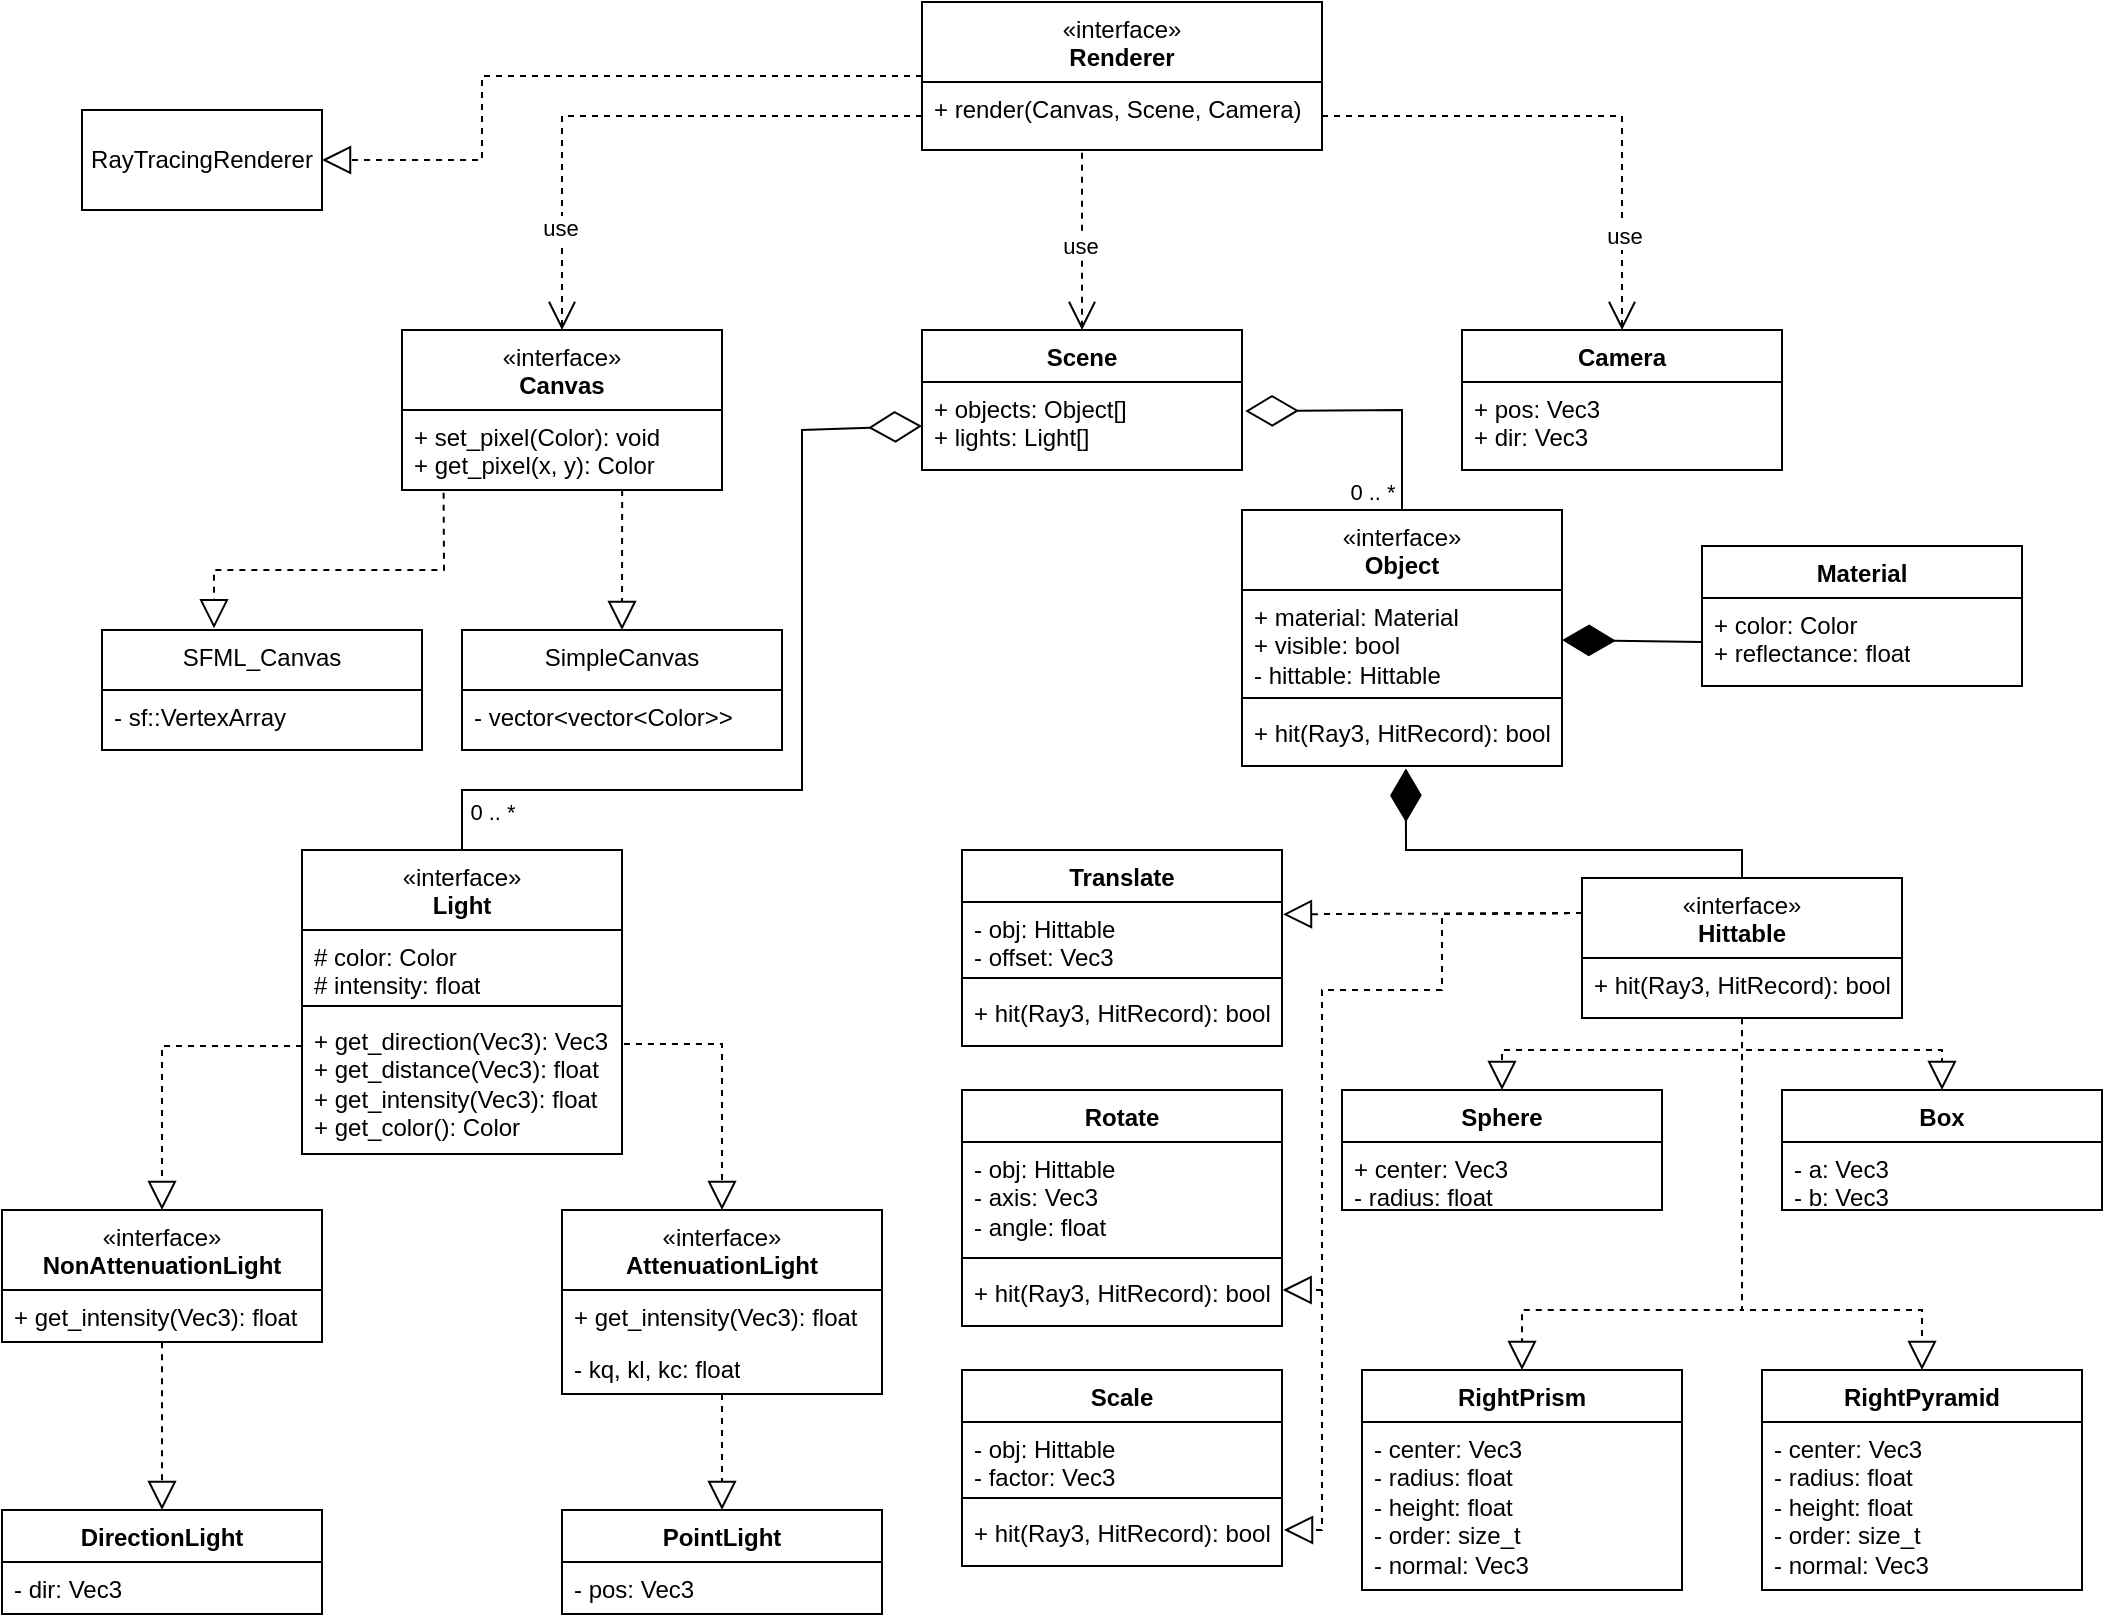
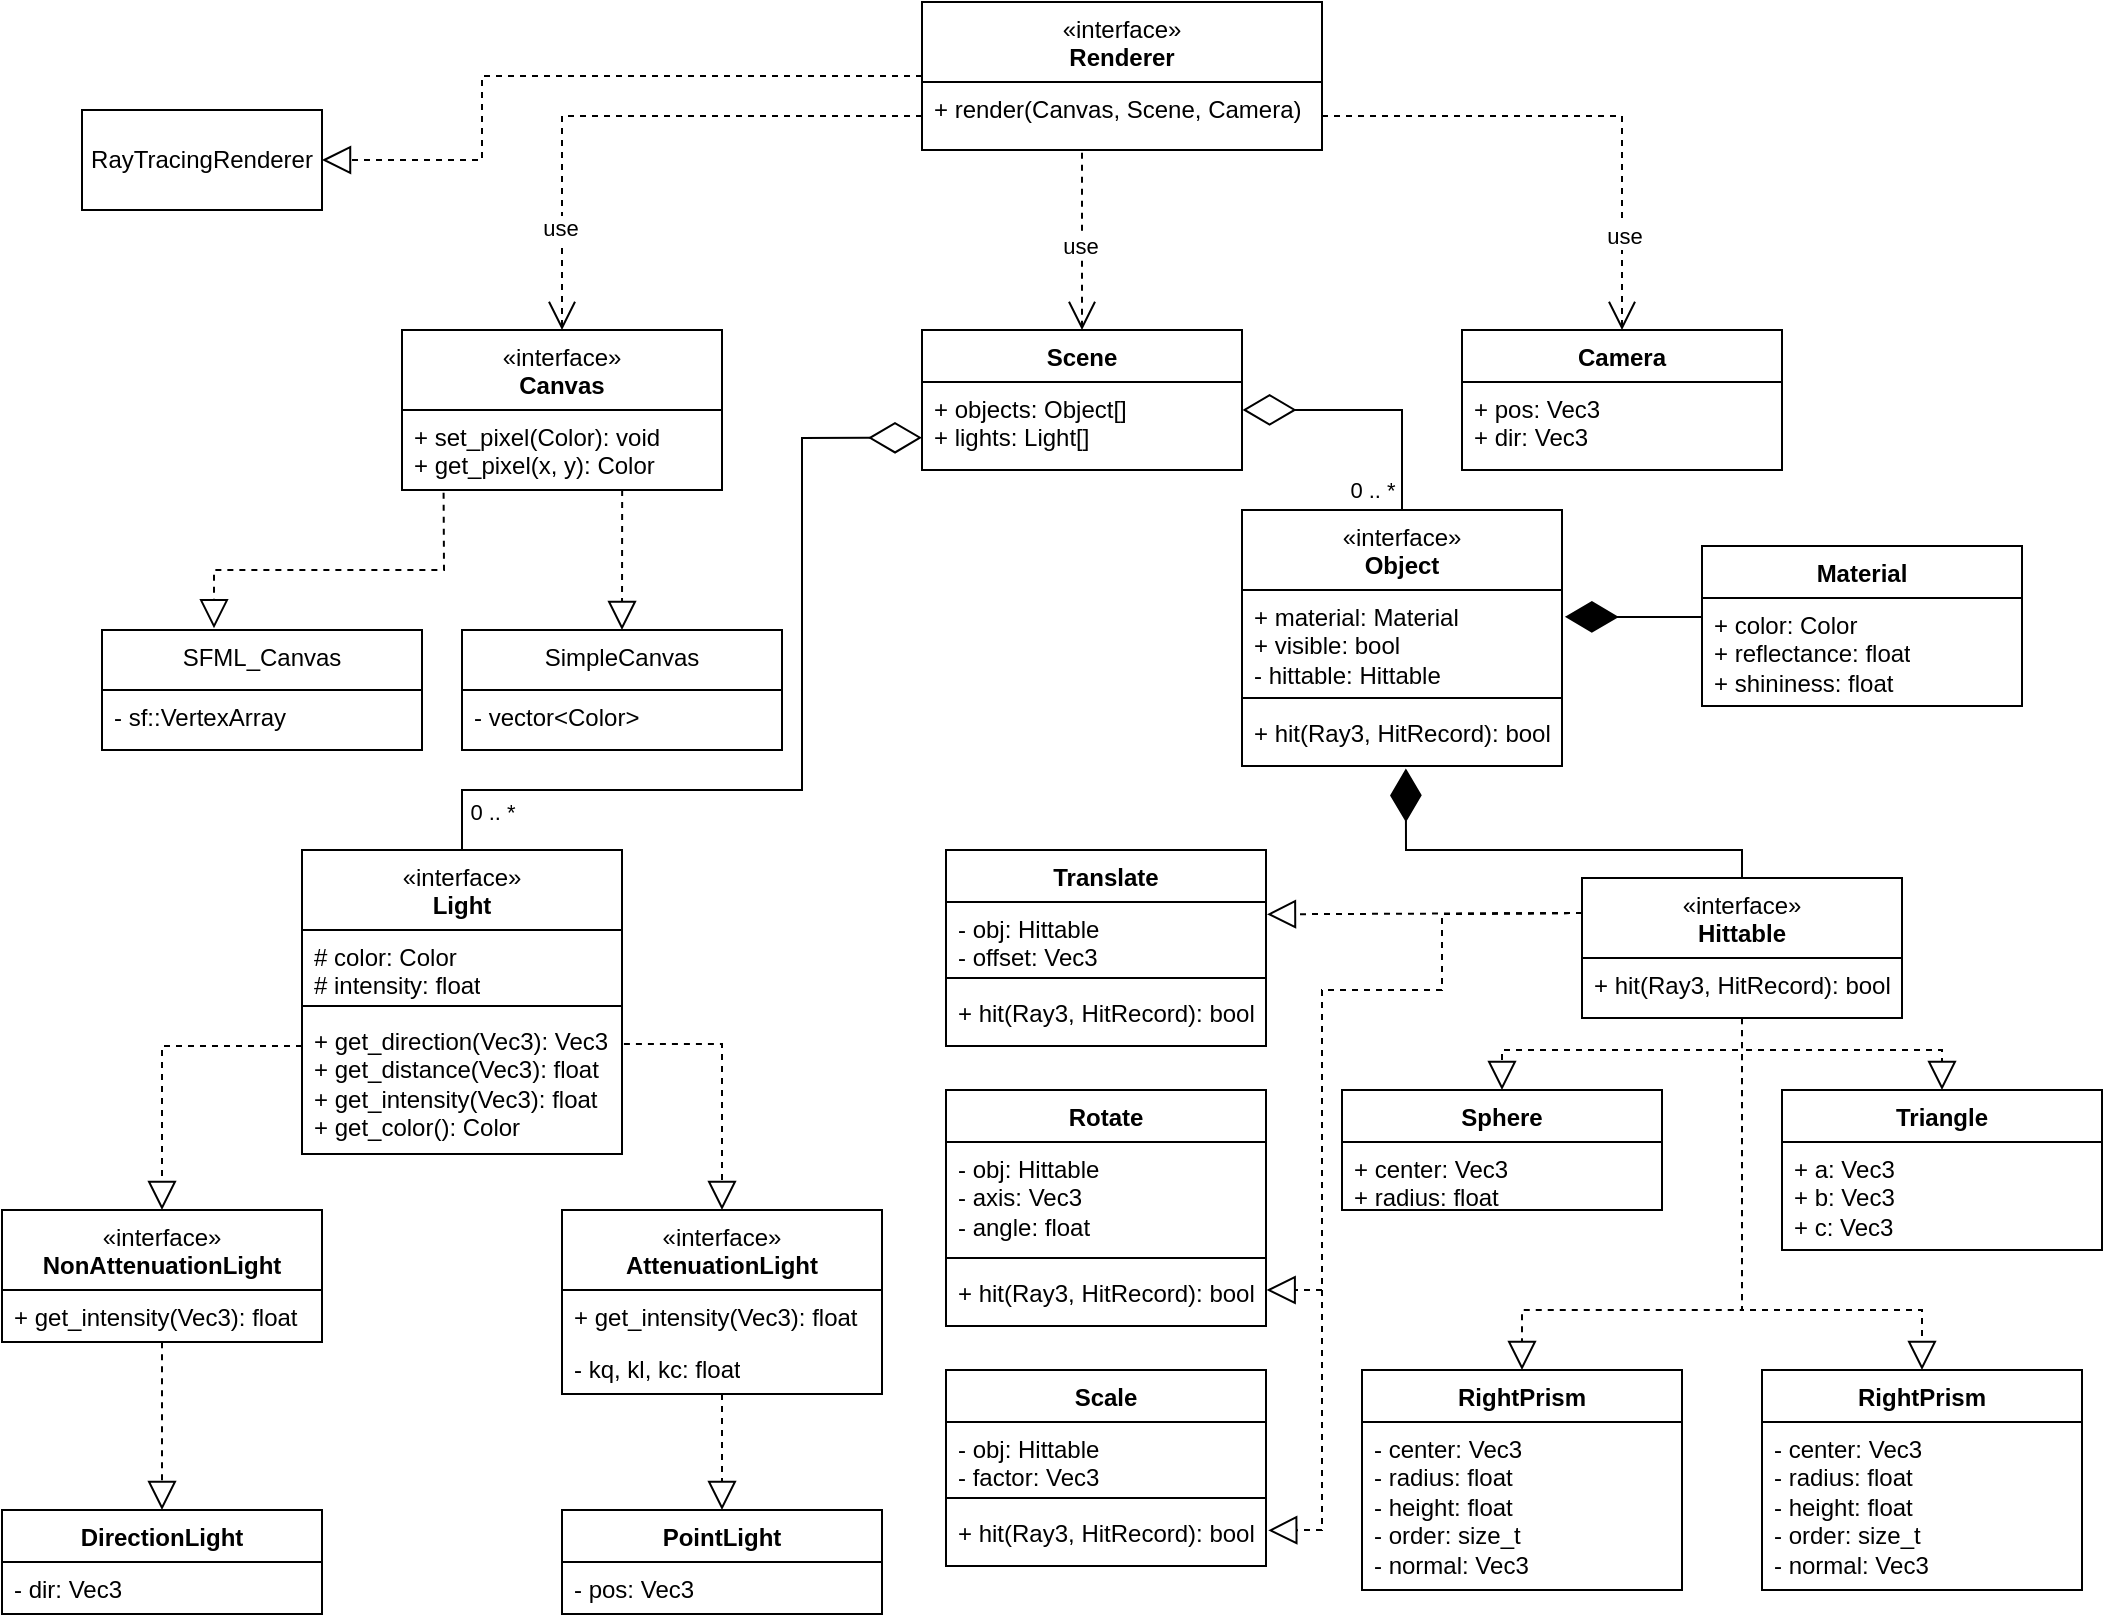
<mxfile host="Electron" agent="Mozilla/5.0 (Windows NT 10.0; Win64; x64) AppleWebKit/537.36 (KHTML, like Gecko) draw.io/26.0.9 Chrome/128.0.6613.186 Electron/32.2.5 Safari/537.36" version="26.0.9">
  <diagram name="Страница — 1" id="ZTjrPOcrjr3_ttdeYWlG">
    <mxGraphModel dx="2261" dy="836" grid="1" gridSize="10" guides="1" tooltips="1" connect="1" arrows="1" fold="1" page="1" pageScale="1" pageWidth="827" pageHeight="1169" math="0" shadow="0">
      <root>
        <mxCell id="0" />
        <mxCell id="1" parent="0" />
        <mxCell id="hdlihjiLVeq3m88xXGLW-5" value="&lt;span style=&quot;font-weight: 400;&quot;&gt;«interface»&lt;/span&gt;&lt;br style=&quot;font-weight: 400;&quot;&gt;Renderer" style="swimlane;fontStyle=1;align=center;verticalAlign=top;childLayout=stackLayout;horizontal=1;startSize=40;horizontalStack=0;resizeParent=1;resizeParentMax=0;resizeLast=0;collapsible=1;marginBottom=0;whiteSpace=wrap;html=1;" parent="1" vertex="1">
          <mxGeometry x="300" y="26" width="200" height="74" as="geometry">
            <mxRectangle x="300" y="26" width="100" height="40" as="alternateBounds" />
          </mxGeometry>
        </mxCell>
        <mxCell id="hdlihjiLVeq3m88xXGLW-8" value="+ render(Canvas, Scene, Camera)" style="text;strokeColor=none;fillColor=none;align=left;verticalAlign=top;spacingLeft=4;spacingRight=4;overflow=hidden;rotatable=0;points=[[0,0.5],[1,0.5]];portConstraint=eastwest;whiteSpace=wrap;html=1;" parent="hdlihjiLVeq3m88xXGLW-5" vertex="1">
          <mxGeometry y="40" width="200" height="34" as="geometry" />
        </mxCell>
        <mxCell id="hdlihjiLVeq3m88xXGLW-10" value="&lt;span style=&quot;font-weight: 400;&quot;&gt;«interface»&lt;/span&gt;&lt;br&gt;Canvas" style="swimlane;fontStyle=1;align=center;verticalAlign=top;childLayout=stackLayout;horizontal=1;startSize=40;horizontalStack=0;resizeParent=1;resizeParentMax=0;resizeLast=0;collapsible=1;marginBottom=0;whiteSpace=wrap;html=1;" parent="1" vertex="1">
          <mxGeometry x="40" y="190" width="160" height="80" as="geometry" />
        </mxCell>
        <mxCell id="hdlihjiLVeq3m88xXGLW-13" value="+ set_pixel(Color): void&lt;div&gt;+ get_pixel(x, y): Color&lt;/div&gt;" style="text;strokeColor=none;fillColor=none;align=left;verticalAlign=top;spacingLeft=4;spacingRight=4;overflow=hidden;rotatable=0;points=[[0,0.5],[1,0.5]];portConstraint=eastwest;whiteSpace=wrap;html=1;" parent="hdlihjiLVeq3m88xXGLW-10" vertex="1">
          <mxGeometry y="40" width="160" height="40" as="geometry" />
        </mxCell>
        <mxCell id="hdlihjiLVeq3m88xXGLW-18" value="Scene" style="swimlane;fontStyle=1;align=center;verticalAlign=top;childLayout=stackLayout;horizontal=1;startSize=26;horizontalStack=0;resizeParent=1;resizeParentMax=0;resizeLast=0;collapsible=1;marginBottom=0;whiteSpace=wrap;html=1;" parent="1" vertex="1">
          <mxGeometry x="300" y="190" width="160" height="70" as="geometry" />
        </mxCell>
        <mxCell id="hdlihjiLVeq3m88xXGLW-19" value="+ objects: Object[]&lt;div&gt;+ lights: Light[]&lt;/div&gt;" style="text;strokeColor=none;fillColor=none;align=left;verticalAlign=top;spacingLeft=4;spacingRight=4;overflow=hidden;rotatable=0;points=[[0,0.5],[1,0.5]];portConstraint=eastwest;whiteSpace=wrap;html=1;" parent="hdlihjiLVeq3m88xXGLW-18" vertex="1">
          <mxGeometry y="26" width="160" height="44" as="geometry" />
        </mxCell>
        <mxCell id="hdlihjiLVeq3m88xXGLW-22" value="Camera" style="swimlane;fontStyle=1;align=center;verticalAlign=top;childLayout=stackLayout;horizontal=1;startSize=26;horizontalStack=0;resizeParent=1;resizeParentMax=0;resizeLast=0;collapsible=1;marginBottom=0;whiteSpace=wrap;html=1;" parent="1" vertex="1">
          <mxGeometry x="570" y="190" width="160" height="70" as="geometry" />
        </mxCell>
        <mxCell id="hdlihjiLVeq3m88xXGLW-23" value="+ pos: Vec3&lt;div&gt;+ dir: Vec3&lt;/div&gt;" style="text;strokeColor=none;fillColor=none;align=left;verticalAlign=top;spacingLeft=4;spacingRight=4;overflow=hidden;rotatable=0;points=[[0,0.5],[1,0.5]];portConstraint=eastwest;whiteSpace=wrap;html=1;" parent="hdlihjiLVeq3m88xXGLW-22" vertex="1">
          <mxGeometry y="26" width="160" height="44" as="geometry" />
        </mxCell>
        <mxCell id="hdlihjiLVeq3m88xXGLW-26" value="&lt;span style=&quot;font-weight: 400;&quot;&gt;«interface»&lt;/span&gt;&lt;br style=&quot;font-weight: 400;&quot;&gt;Object" style="swimlane;fontStyle=1;align=center;verticalAlign=top;childLayout=stackLayout;horizontal=1;startSize=40;horizontalStack=0;resizeParent=1;resizeParentMax=0;resizeLast=0;collapsible=1;marginBottom=0;whiteSpace=wrap;html=1;" parent="1" vertex="1">
          <mxGeometry x="460" y="280" width="160" height="128" as="geometry" />
        </mxCell>
        <mxCell id="hdlihjiLVeq3m88xXGLW-27" value="+ material: Material&lt;div&gt;+ visible: bool&lt;br&gt;- hittable: Hittable&lt;/div&gt;" style="text;strokeColor=none;fillColor=none;align=left;verticalAlign=top;spacingLeft=4;spacingRight=4;overflow=hidden;rotatable=0;points=[[0,0.5],[1,0.5]];portConstraint=eastwest;whiteSpace=wrap;html=1;" parent="hdlihjiLVeq3m88xXGLW-26" vertex="1">
          <mxGeometry y="40" width="160" height="50" as="geometry" />
        </mxCell>
        <mxCell id="hdlihjiLVeq3m88xXGLW-28" value="" style="line;strokeWidth=1;fillColor=none;align=left;verticalAlign=middle;spacingTop=-1;spacingLeft=3;spacingRight=3;rotatable=0;labelPosition=right;points=[];portConstraint=eastwest;strokeColor=inherit;" parent="hdlihjiLVeq3m88xXGLW-26" vertex="1">
          <mxGeometry y="90" width="160" height="8" as="geometry" />
        </mxCell>
        <mxCell id="hdlihjiLVeq3m88xXGLW-29" value="+ hit(Ray3, HitRecord): bool" style="text;strokeColor=none;fillColor=none;align=left;verticalAlign=top;spacingLeft=4;spacingRight=4;overflow=hidden;rotatable=0;points=[[0,0.5],[1,0.5]];portConstraint=eastwest;whiteSpace=wrap;html=1;" parent="hdlihjiLVeq3m88xXGLW-26" vertex="1">
          <mxGeometry y="98" width="160" height="30" as="geometry" />
        </mxCell>
        <mxCell id="hdlihjiLVeq3m88xXGLW-30" value="Material" style="swimlane;fontStyle=1;align=center;verticalAlign=top;childLayout=stackLayout;horizontal=1;startSize=26;horizontalStack=0;resizeParent=1;resizeParentMax=0;resizeLast=0;collapsible=1;marginBottom=0;whiteSpace=wrap;html=1;" parent="1" vertex="1">
-           <mxGeometry x="690" y="298" width="160" height="70" as="geometry" />
-         </mxCell>
-         <mxCell id="hdlihjiLVeq3m88xXGLW-31" value="+ color: Color&lt;div&gt;+ reflectance: float&lt;/div&gt;" style="text;strokeColor=none;fillColor=none;align=left;verticalAlign=top;spacingLeft=4;spacingRight=4;overflow=hidden;rotatable=0;points=[[0,0.5],[1,0.5]];portConstraint=eastwest;whiteSpace=wrap;html=1;" parent="hdlihjiLVeq3m88xXGLW-30" vertex="1">
-           <mxGeometry y="26" width="160" height="44" as="geometry" />
-         </mxCell>
-         <mxCell id="hdlihjiLVeq3m88xXGLW-39" value="Box" style="swimlane;fontStyle=1;align=center;verticalAlign=top;childLayout=stackLayout;horizontal=1;startSize=26;horizontalStack=0;resizeParent=1;resizeParentMax=0;resizeLast=0;collapsible=1;marginBottom=0;whiteSpace=wrap;html=1;" parent="1" vertex="1">
-           <mxGeometry x="730" y="570" width="160" height="60" as="geometry" />
-         </mxCell>
-         <mxCell id="hdlihjiLVeq3m88xXGLW-40" value="- a: Vec3&lt;div&gt;- b: Vec3&lt;/div&gt;" style="text;strokeColor=none;fillColor=none;align=left;verticalAlign=top;spacingLeft=4;spacingRight=4;overflow=hidden;rotatable=0;points=[[0,0.5],[1,0.5]];portConstraint=eastwest;whiteSpace=wrap;html=1;" parent="hdlihjiLVeq3m88xXGLW-39" vertex="1">
-           <mxGeometry y="26" width="160" height="34" as="geometry" />
+           <mxGeometry x="690" y="298" width="160" height="80" as="geometry" />
+         </mxCell>
+         <mxCell id="hdlihjiLVeq3m88xXGLW-31" value="+ color: Color&lt;div&gt;+ reflectance: float&lt;/div&gt;&lt;div&gt;+ shininess: float&lt;/div&gt;" style="text;strokeColor=none;fillColor=none;align=left;verticalAlign=top;spacingLeft=4;spacingRight=4;overflow=hidden;rotatable=0;points=[[0,0.5],[1,0.5]];portConstraint=eastwest;whiteSpace=wrap;html=1;" parent="hdlihjiLVeq3m88xXGLW-30" vertex="1">
+           <mxGeometry y="26" width="160" height="54" as="geometry" />
+         </mxCell>
+         <mxCell id="hdlihjiLVeq3m88xXGLW-39" value="Triangle" style="swimlane;fontStyle=1;align=center;verticalAlign=top;childLayout=stackLayout;horizontal=1;startSize=26;horizontalStack=0;resizeParent=1;resizeParentMax=0;resizeLast=0;collapsible=1;marginBottom=0;whiteSpace=wrap;html=1;" parent="1" vertex="1">
+           <mxGeometry x="730" y="570" width="160" height="80" as="geometry" />
+         </mxCell>
+         <mxCell id="hdlihjiLVeq3m88xXGLW-40" value="+ a: Vec3&lt;div&gt;+ b: Vec3&lt;/div&gt;&lt;div&gt;+ c: Vec3&lt;br&gt;&lt;/div&gt;" style="text;strokeColor=none;fillColor=none;align=left;verticalAlign=top;spacingLeft=4;spacingRight=4;overflow=hidden;rotatable=0;points=[[0,0.5],[1,0.5]];portConstraint=eastwest;whiteSpace=wrap;html=1;" parent="hdlihjiLVeq3m88xXGLW-39" vertex="1">
+           <mxGeometry y="26" width="160" height="54" as="geometry" />
        </mxCell>
        <mxCell id="hdlihjiLVeq3m88xXGLW-43" value="" style="endArrow=open;endSize=12;dashed=1;html=1;rounded=0;entryX=0.5;entryY=0;entryDx=0;entryDy=0;exitX=0;exitY=0.5;exitDx=0;exitDy=0;" parent="1" source="hdlihjiLVeq3m88xXGLW-8" target="hdlihjiLVeq3m88xXGLW-10" edge="1">
          <mxGeometry x="0.6516" width="160" relative="1" as="geometry">
            <mxPoint x="400" y="130" as="sourcePoint" />
            <mxPoint x="470" y="310" as="targetPoint" />
            <Array as="points">
              <mxPoint x="120" y="83" />
            </Array>
            <mxPoint as="offset" />
          </mxGeometry>
        </mxCell>
        <mxCell id="DN3gSNXj-5M0wLeot5Dc-1" value="use" style="edgeLabel;html=1;align=center;verticalAlign=middle;resizable=0;points=[];" parent="hdlihjiLVeq3m88xXGLW-43" vertex="1" connectable="0">
          <mxGeometry x="0.6446" y="1" relative="1" as="geometry">
            <mxPoint x="-2" as="offset" />
          </mxGeometry>
        </mxCell>
        <mxCell id="hdlihjiLVeq3m88xXGLW-44" value="" style="endArrow=open;endSize=12;dashed=1;html=1;rounded=0;entryX=0.5;entryY=0;entryDx=0;entryDy=0;exitX=0.4;exitY=1.039;exitDx=0;exitDy=0;exitPerimeter=0;" parent="1" source="hdlihjiLVeq3m88xXGLW-8" target="hdlihjiLVeq3m88xXGLW-18" edge="1">
          <mxGeometry width="160" relative="1" as="geometry">
            <mxPoint x="414" y="111" as="sourcePoint" />
            <mxPoint x="130" y="200" as="targetPoint" />
          </mxGeometry>
        </mxCell>
        <mxCell id="DN3gSNXj-5M0wLeot5Dc-2" value="use" style="edgeLabel;html=1;align=center;verticalAlign=middle;resizable=0;points=[];" parent="hdlihjiLVeq3m88xXGLW-44" vertex="1" connectable="0">
          <mxGeometry x="0.0527" y="-1" relative="1" as="geometry">
            <mxPoint as="offset" />
          </mxGeometry>
        </mxCell>
        <mxCell id="hdlihjiLVeq3m88xXGLW-45" value="" style="endArrow=open;endSize=12;dashed=1;html=1;rounded=0;entryX=0.5;entryY=0;entryDx=0;entryDy=0;exitX=1;exitY=0.5;exitDx=0;exitDy=0;" parent="1" source="hdlihjiLVeq3m88xXGLW-8" target="hdlihjiLVeq3m88xXGLW-22" edge="1">
          <mxGeometry x="0.5169" width="160" relative="1" as="geometry">
            <mxPoint x="424" y="121" as="sourcePoint" />
            <mxPoint x="140" y="210" as="targetPoint" />
            <Array as="points">
              <mxPoint x="650" y="83" />
            </Array>
            <mxPoint as="offset" />
          </mxGeometry>
        </mxCell>
        <mxCell id="DN3gSNXj-5M0wLeot5Dc-3" value="use" style="edgeLabel;html=1;align=center;verticalAlign=middle;resizable=0;points=[];" parent="hdlihjiLVeq3m88xXGLW-45" vertex="1" connectable="0">
          <mxGeometry x="0.6329" y="1" relative="1" as="geometry">
            <mxPoint as="offset" />
          </mxGeometry>
        </mxCell>
-         <mxCell id="x97AeL-hllB0ND-mWEOM-1" value="" style="endArrow=diamondThin;endFill=1;endSize=24;html=1;rounded=0;strokeColor=#000000;entryX=1;entryY=0.5;entryDx=0;entryDy=0;exitX=0;exitY=0.5;exitDx=0;exitDy=0;" parent="1" source="hdlihjiLVeq3m88xXGLW-31" target="hdlihjiLVeq3m88xXGLW-27" edge="1">
-           <mxGeometry width="160" relative="1" as="geometry">
-             <mxPoint x="730" y="360" as="sourcePoint" />
+         <mxCell id="x97AeL-hllB0ND-mWEOM-1" value="" style="endArrow=diamondThin;endFill=1;endSize=24;html=1;rounded=0;strokeColor=#000000;entryX=1.009;entryY=0.268;entryDx=0;entryDy=0;entryPerimeter=0;exitX=-0.002;exitY=0.177;exitDx=0;exitDy=0;exitPerimeter=0;" parent="1" source="hdlihjiLVeq3m88xXGLW-31" target="hdlihjiLVeq3m88xXGLW-27" edge="1">
+           <mxGeometry width="160" relative="1" as="geometry">
+             <mxPoint x="670" y="330" as="sourcePoint" />
            <mxPoint x="640" y="360" as="targetPoint" />
            <Array as="points" />
          </mxGeometry>
        </mxCell>
        <mxCell id="DN3gSNXj-5M0wLeot5Dc-8" value="" style="endArrow=block;dashed=1;endFill=0;endSize=12;html=1;rounded=0;exitX=0.13;exitY=1.033;exitDx=0;exitDy=0;exitPerimeter=0;entryX=0.35;entryY=-0.014;entryDx=0;entryDy=0;entryPerimeter=0;" parent="1" source="hdlihjiLVeq3m88xXGLW-13" target="DN3gSNXj-5M0wLeot5Dc-25" edge="1">
          <mxGeometry width="160" relative="1" as="geometry">
            <mxPoint x="70" y="300" as="sourcePoint" />
            <mxPoint x="61" y="350" as="targetPoint" />
            <Array as="points">
              <mxPoint x="61" y="310" />
              <mxPoint x="-54" y="310" />
            </Array>
          </mxGeometry>
        </mxCell>
        <mxCell id="DN3gSNXj-5M0wLeot5Dc-11" value="" style="endArrow=block;dashed=1;endFill=0;endSize=12;html=1;rounded=0;exitX=0.688;exitY=1;exitDx=0;exitDy=0;exitPerimeter=0;entryX=0.5;entryY=0;entryDx=0;entryDy=0;" parent="1" source="hdlihjiLVeq3m88xXGLW-13" target="DN3gSNXj-5M0wLeot5Dc-27" edge="1">
          <mxGeometry width="160" relative="1" as="geometry">
            <mxPoint x="460" y="260" as="sourcePoint" />
            <mxPoint x="242" y="340" as="targetPoint" />
            <Array as="points" />
          </mxGeometry>
        </mxCell>
        <mxCell id="DN3gSNXj-5M0wLeot5Dc-12" value="&lt;span style=&quot;font-weight: 400;&quot;&gt;«interface»&lt;/span&gt;&lt;br style=&quot;font-weight: 400;&quot;&gt;Hittable" style="swimlane;fontStyle=1;align=center;verticalAlign=top;childLayout=stackLayout;horizontal=1;startSize=40;horizontalStack=0;resizeParent=1;resizeParentMax=0;resizeLast=0;collapsible=1;marginBottom=0;whiteSpace=wrap;html=1;" parent="1" vertex="1">
          <mxGeometry x="630" y="464" width="160" height="70" as="geometry" />
        </mxCell>
        <mxCell id="DN3gSNXj-5M0wLeot5Dc-15" value="+ hit(Ray3, HitRecord): bool" style="text;strokeColor=none;fillColor=none;align=left;verticalAlign=top;spacingLeft=4;spacingRight=4;overflow=hidden;rotatable=0;points=[[0,0.5],[1,0.5]];portConstraint=eastwest;whiteSpace=wrap;html=1;" parent="DN3gSNXj-5M0wLeot5Dc-12" vertex="1">
          <mxGeometry y="40" width="160" height="30" as="geometry" />
        </mxCell>
        <mxCell id="DN3gSNXj-5M0wLeot5Dc-16" value="" style="endArrow=diamondThin;endFill=1;endSize=24;html=1;rounded=0;exitX=0.5;exitY=0;exitDx=0;exitDy=0;strokeColor=#000000;entryX=0.512;entryY=1.04;entryDx=0;entryDy=0;entryPerimeter=0;" parent="1" source="DN3gSNXj-5M0wLeot5Dc-12" target="hdlihjiLVeq3m88xXGLW-29" edge="1">
          <mxGeometry width="160" relative="1" as="geometry">
            <mxPoint x="264" y="594" as="sourcePoint" />
            <mxPoint x="550" y="440" as="targetPoint" />
            <Array as="points">
              <mxPoint x="710" y="450" />
              <mxPoint x="542" y="450" />
            </Array>
          </mxGeometry>
        </mxCell>
        <mxCell id="DN3gSNXj-5M0wLeot5Dc-21" value="RightPrism" style="swimlane;fontStyle=1;align=center;verticalAlign=top;childLayout=stackLayout;horizontal=1;startSize=26;horizontalStack=0;resizeParent=1;resizeParentMax=0;resizeLast=0;collapsible=1;marginBottom=0;whiteSpace=wrap;html=1;" parent="1" vertex="1">
          <mxGeometry x="520" y="710" width="160" height="110" as="geometry" />
        </mxCell>
        <mxCell id="DN3gSNXj-5M0wLeot5Dc-22" value="- center: Vec3&lt;div&gt;- radius: float&lt;/div&gt;&lt;div&gt;- height: float&lt;/div&gt;&lt;div&gt;- order: size_t&lt;/div&gt;&lt;div&gt;- normal: Vec3&lt;/div&gt;" style="text;strokeColor=none;fillColor=none;align=left;verticalAlign=top;spacingLeft=4;spacingRight=4;overflow=hidden;rotatable=0;points=[[0,0.5],[1,0.5]];portConstraint=eastwest;whiteSpace=wrap;html=1;" parent="DN3gSNXj-5M0wLeot5Dc-21" vertex="1">
          <mxGeometry y="26" width="160" height="84" as="geometry" />
        </mxCell>
-         <mxCell id="DN3gSNXj-5M0wLeot5Dc-23" value="" style="endArrow=diamondThin;endFill=0;endSize=24;html=1;rounded=0;entryX=1.01;entryY=0.33;entryDx=0;entryDy=0;entryPerimeter=0;" parent="1" target="hdlihjiLVeq3m88xXGLW-19" edge="1">
+         <mxCell id="DN3gSNXj-5M0wLeot5Dc-23" value="" style="endArrow=diamondThin;endFill=0;endSize=24;html=1;rounded=0;entryX=1.002;entryY=0.317;entryDx=0;entryDy=0;entryPerimeter=0;" parent="1" target="hdlihjiLVeq3m88xXGLW-19" edge="1">
          <mxGeometry width="160" relative="1" as="geometry">
            <mxPoint x="540" y="280" as="sourcePoint" />
            <mxPoint x="490" y="330" as="targetPoint" />
            <Array as="points">
              <mxPoint x="540" y="230" />
            </Array>
          </mxGeometry>
        </mxCell>
        <mxCell id="DN3gSNXj-5M0wLeot5Dc-29" value="0 .. *" style="edgeLabel;html=1;align=center;verticalAlign=middle;resizable=0;points=[];" parent="DN3gSNXj-5M0wLeot5Dc-23" vertex="1" connectable="0">
          <mxGeometry x="-0.865" y="2" relative="1" as="geometry">
            <mxPoint x="-13" y="-1" as="offset" />
          </mxGeometry>
        </mxCell>
        <mxCell id="DN3gSNXj-5M0wLeot5Dc-25" value="&lt;span style=&quot;font-weight: 400;&quot;&gt;SFML_Canvas&lt;/span&gt;" style="swimlane;fontStyle=1;align=center;verticalAlign=top;childLayout=stackLayout;horizontal=1;startSize=30;horizontalStack=0;resizeParent=1;resizeParentMax=0;resizeLast=0;collapsible=1;marginBottom=0;whiteSpace=wrap;html=1;" parent="1" vertex="1">
          <mxGeometry x="-110" y="340" width="160" height="60" as="geometry" />
        </mxCell>
        <mxCell id="DN3gSNXj-5M0wLeot5Dc-26" value="- sf::VertexArray" style="text;strokeColor=none;fillColor=none;align=left;verticalAlign=top;spacingLeft=4;spacingRight=4;overflow=hidden;rotatable=0;points=[[0,0.5],[1,0.5]];portConstraint=eastwest;whiteSpace=wrap;html=1;" parent="DN3gSNXj-5M0wLeot5Dc-25" vertex="1">
          <mxGeometry y="30" width="160" height="30" as="geometry" />
        </mxCell>
        <mxCell id="DN3gSNXj-5M0wLeot5Dc-27" value="&lt;span style=&quot;font-weight: 400;&quot;&gt;SimpleCanvas&lt;/span&gt;" style="swimlane;fontStyle=1;align=center;verticalAlign=top;childLayout=stackLayout;horizontal=1;startSize=30;horizontalStack=0;resizeParent=1;resizeParentMax=0;resizeLast=0;collapsible=1;marginBottom=0;whiteSpace=wrap;html=1;" parent="1" vertex="1">
          <mxGeometry x="70" y="340" width="160" height="60" as="geometry" />
        </mxCell>
-         <mxCell id="DN3gSNXj-5M0wLeot5Dc-28" value="- vector&amp;lt;vector&amp;lt;Color&amp;gt;&amp;gt;" style="text;strokeColor=none;fillColor=none;align=left;verticalAlign=top;spacingLeft=4;spacingRight=4;overflow=hidden;rotatable=0;points=[[0,0.5],[1,0.5]];portConstraint=eastwest;whiteSpace=wrap;html=1;" parent="DN3gSNXj-5M0wLeot5Dc-27" vertex="1">
+         <mxCell id="DN3gSNXj-5M0wLeot5Dc-28" value="- vector&amp;lt;Color&amp;gt;" style="text;strokeColor=none;fillColor=none;align=left;verticalAlign=top;spacingLeft=4;spacingRight=4;overflow=hidden;rotatable=0;points=[[0,0.5],[1,0.5]];portConstraint=eastwest;whiteSpace=wrap;html=1;" parent="DN3gSNXj-5M0wLeot5Dc-27" vertex="1">
          <mxGeometry y="30" width="160" height="30" as="geometry" />
        </mxCell>
        <mxCell id="DN3gSNXj-5M0wLeot5Dc-30" value="&lt;span style=&quot;font-weight: 400;&quot;&gt;«interface»&lt;/span&gt;&lt;br&gt;Light" style="swimlane;fontStyle=1;align=center;verticalAlign=top;childLayout=stackLayout;horizontal=1;startSize=40;horizontalStack=0;resizeParent=1;resizeParentMax=0;resizeLast=0;collapsible=1;marginBottom=0;whiteSpace=wrap;html=1;" parent="1" vertex="1">
          <mxGeometry x="-10" y="450" width="160" height="152" as="geometry" />
        </mxCell>
        <mxCell id="DN3gSNXj-5M0wLeot5Dc-31" value="# color: Color&lt;br&gt;# intensity: float" style="text;strokeColor=none;fillColor=none;align=left;verticalAlign=top;spacingLeft=4;spacingRight=4;overflow=hidden;rotatable=0;points=[[0,0.5],[1,0.5]];portConstraint=eastwest;whiteSpace=wrap;html=1;" parent="DN3gSNXj-5M0wLeot5Dc-30" vertex="1">
          <mxGeometry y="40" width="160" height="34" as="geometry" />
        </mxCell>
        <mxCell id="DN3gSNXj-5M0wLeot5Dc-32" value="" style="line;strokeWidth=1;fillColor=none;align=left;verticalAlign=middle;spacingTop=-1;spacingLeft=3;spacingRight=3;rotatable=0;labelPosition=right;points=[];portConstraint=eastwest;strokeColor=inherit;" parent="DN3gSNXj-5M0wLeot5Dc-30" vertex="1">
          <mxGeometry y="74" width="160" height="8" as="geometry" />
        </mxCell>
        <mxCell id="DN3gSNXj-5M0wLeot5Dc-33" value="+ get_direction(Vec3): Vec3&lt;div&gt;+ get_distance(Vec3): float&lt;br&gt;+ get_intensity(Vec3): float&lt;/div&gt;&lt;div&gt;+ get_color(): Color&lt;/div&gt;" style="text;strokeColor=none;fillColor=none;align=left;verticalAlign=top;spacingLeft=4;spacingRight=4;overflow=hidden;rotatable=0;points=[[0,0.5],[1,0.5]];portConstraint=eastwest;whiteSpace=wrap;html=1;" parent="DN3gSNXj-5M0wLeot5Dc-30" vertex="1">
          <mxGeometry y="82" width="160" height="70" as="geometry" />
        </mxCell>
        <mxCell id="DN3gSNXj-5M0wLeot5Dc-42" value="DirectionLight" style="swimlane;fontStyle=1;align=center;verticalAlign=top;childLayout=stackLayout;horizontal=1;startSize=26;horizontalStack=0;resizeParent=1;resizeParentMax=0;resizeLast=0;collapsible=1;marginBottom=0;whiteSpace=wrap;html=1;" parent="1" vertex="1">
          <mxGeometry x="-160" y="780" width="160" height="52" as="geometry" />
        </mxCell>
        <mxCell id="DN3gSNXj-5M0wLeot5Dc-43" value="- dir: Vec3" style="text;strokeColor=none;fillColor=none;align=left;verticalAlign=top;spacingLeft=4;spacingRight=4;overflow=hidden;rotatable=0;points=[[0,0.5],[1,0.5]];portConstraint=eastwest;whiteSpace=wrap;html=1;" parent="DN3gSNXj-5M0wLeot5Dc-42" vertex="1">
          <mxGeometry y="26" width="160" height="26" as="geometry" />
        </mxCell>
        <mxCell id="DN3gSNXj-5M0wLeot5Dc-46" value="PointLight" style="swimlane;fontStyle=1;align=center;verticalAlign=top;childLayout=stackLayout;horizontal=1;startSize=26;horizontalStack=0;resizeParent=1;resizeParentMax=0;resizeLast=0;collapsible=1;marginBottom=0;whiteSpace=wrap;html=1;" parent="1" vertex="1">
          <mxGeometry x="120" y="780" width="160" height="52" as="geometry" />
        </mxCell>
        <mxCell id="DN3gSNXj-5M0wLeot5Dc-47" value="- pos: Vec3" style="text;strokeColor=none;fillColor=none;align=left;verticalAlign=top;spacingLeft=4;spacingRight=4;overflow=hidden;rotatable=0;points=[[0,0.5],[1,0.5]];portConstraint=eastwest;whiteSpace=wrap;html=1;" parent="DN3gSNXj-5M0wLeot5Dc-46" vertex="1">
          <mxGeometry y="26" width="160" height="26" as="geometry" />
        </mxCell>
        <mxCell id="DN3gSNXj-5M0wLeot5Dc-54" value="&lt;div&gt;&lt;span style=&quot;font-weight: 400;&quot;&gt;«interface»&lt;/span&gt;&lt;br&gt;&lt;/div&gt;Attenuation&lt;span style=&quot;background-color: transparent; color: light-dark(rgb(0, 0, 0), rgb(255, 255, 255));&quot;&gt;Light&lt;/span&gt;" style="swimlane;fontStyle=1;align=center;verticalAlign=top;childLayout=stackLayout;horizontal=1;startSize=40;horizontalStack=0;resizeParent=1;resizeParentMax=0;resizeLast=0;collapsible=1;marginBottom=0;whiteSpace=wrap;html=1;" parent="1" vertex="1">
          <mxGeometry x="120" y="630" width="160" height="92" as="geometry" />
        </mxCell>
        <mxCell id="DN3gSNXj-5M0wLeot5Dc-57" value="&lt;div&gt;+ get_intensity(Vec3): float&lt;/div&gt;" style="text;strokeColor=none;fillColor=none;align=left;verticalAlign=top;spacingLeft=4;spacingRight=4;overflow=hidden;rotatable=0;points=[[0,0.5],[1,0.5]];portConstraint=eastwest;whiteSpace=wrap;html=1;" parent="DN3gSNXj-5M0wLeot5Dc-54" vertex="1">
          <mxGeometry y="40" width="160" height="26" as="geometry" />
        </mxCell>
        <mxCell id="DN3gSNXj-5M0wLeot5Dc-70" value="- kq, kl, kc: float" style="text;strokeColor=none;fillColor=none;align=left;verticalAlign=top;spacingLeft=4;spacingRight=4;overflow=hidden;rotatable=0;points=[[0,0.5],[1,0.5]];portConstraint=eastwest;whiteSpace=wrap;html=1;" parent="DN3gSNXj-5M0wLeot5Dc-54" vertex="1">
          <mxGeometry y="66" width="160" height="26" as="geometry" />
        </mxCell>
        <mxCell id="DN3gSNXj-5M0wLeot5Dc-58" value="Sphere" style="swimlane;fontStyle=1;align=center;verticalAlign=top;childLayout=stackLayout;horizontal=1;startSize=26;horizontalStack=0;resizeParent=1;resizeParentMax=0;resizeLast=0;collapsible=1;marginBottom=0;whiteSpace=wrap;html=1;" parent="1" vertex="1">
          <mxGeometry x="510" y="570" width="160" height="60" as="geometry" />
        </mxCell>
-         <mxCell id="DN3gSNXj-5M0wLeot5Dc-59" value="+ center: Vec3&lt;div&gt;- radius: float&lt;/div&gt;" style="text;strokeColor=none;fillColor=none;align=left;verticalAlign=top;spacingLeft=4;spacingRight=4;overflow=hidden;rotatable=0;points=[[0,0.5],[1,0.5]];portConstraint=eastwest;whiteSpace=wrap;html=1;" parent="DN3gSNXj-5M0wLeot5Dc-58" vertex="1">
+         <mxCell id="DN3gSNXj-5M0wLeot5Dc-59" value="+ center: Vec3&lt;div&gt;+ radius: float&lt;/div&gt;" style="text;strokeColor=none;fillColor=none;align=left;verticalAlign=top;spacingLeft=4;spacingRight=4;overflow=hidden;rotatable=0;points=[[0,0.5],[1,0.5]];portConstraint=eastwest;whiteSpace=wrap;html=1;" parent="DN3gSNXj-5M0wLeot5Dc-58" vertex="1">
          <mxGeometry y="26" width="160" height="34" as="geometry" />
        </mxCell>
        <mxCell id="DN3gSNXj-5M0wLeot5Dc-62" value="" style="endArrow=block;dashed=1;endFill=0;endSize=12;html=1;rounded=0;exitX=0;exitY=0.229;exitDx=0;exitDy=0;exitPerimeter=0;entryX=0.5;entryY=0;entryDx=0;entryDy=0;" parent="1" source="DN3gSNXj-5M0wLeot5Dc-33" target="DN3gSNXj-5M0wLeot5Dc-69" edge="1">
          <mxGeometry width="160" relative="1" as="geometry">
            <mxPoint x="-140" y="530" as="sourcePoint" />
            <mxPoint x="-80" y="610" as="targetPoint" />
            <Array as="points">
              <mxPoint x="-80" y="548" />
            </Array>
          </mxGeometry>
        </mxCell>
        <mxCell id="DN3gSNXj-5M0wLeot5Dc-63" value="" style="endArrow=block;dashed=1;endFill=0;endSize=12;html=1;rounded=0;exitX=1.006;exitY=0.214;exitDx=0;exitDy=0;exitPerimeter=0;entryX=0.5;entryY=0;entryDx=0;entryDy=0;" parent="1" source="DN3gSNXj-5M0wLeot5Dc-33" target="DN3gSNXj-5M0wLeot5Dc-54" edge="1">
          <mxGeometry width="160" relative="1" as="geometry">
            <mxPoint x="140" y="510" as="sourcePoint" />
            <mxPoint x="300" y="510" as="targetPoint" />
            <Array as="points">
              <mxPoint x="200" y="547" />
            </Array>
          </mxGeometry>
        </mxCell>
        <mxCell id="DN3gSNXj-5M0wLeot5Dc-64" value="" style="endArrow=block;dashed=1;endFill=0;endSize=12;html=1;rounded=0;exitX=0.5;exitY=1.004;exitDx=0;exitDy=0;exitPerimeter=0;entryX=0.5;entryY=0;entryDx=0;entryDy=0;" parent="1" source="DN3gSNXj-5M0wLeot5Dc-72" target="DN3gSNXj-5M0wLeot5Dc-42" edge="1">
          <mxGeometry width="160" relative="1" as="geometry">
            <mxPoint x="-80.00000000000045" y="695.9999999999998" as="sourcePoint" />
            <mxPoint x="-80" y="760" as="targetPoint" />
          </mxGeometry>
        </mxCell>
        <mxCell id="DN3gSNXj-5M0wLeot5Dc-65" value="" style="endArrow=block;dashed=1;endFill=0;endSize=12;html=1;rounded=0;entryX=0.5;entryY=0;entryDx=0;entryDy=0;exitX=0.5;exitY=1;exitDx=0;exitDy=0;" parent="1" source="DN3gSNXj-5M0wLeot5Dc-54" target="DN3gSNXj-5M0wLeot5Dc-46" edge="1">
          <mxGeometry width="160" relative="1" as="geometry">
            <mxPoint x="10" y="660" as="sourcePoint" />
            <mxPoint x="170" y="660" as="targetPoint" />
          </mxGeometry>
        </mxCell>
-         <mxCell id="DN3gSNXj-5M0wLeot5Dc-66" value="" style="endArrow=diamondThin;endFill=0;endSize=24;html=1;rounded=0;entryX=0;entryY=0.5;entryDx=0;entryDy=0;" parent="1" target="hdlihjiLVeq3m88xXGLW-19" edge="1">
+         <mxCell id="DN3gSNXj-5M0wLeot5Dc-66" value="" style="endArrow=diamondThin;endFill=0;endSize=24;html=1;rounded=0;entryX=0;entryY=0.633;entryDx=0;entryDy=0;entryPerimeter=0;" parent="1" target="hdlihjiLVeq3m88xXGLW-19" edge="1">
          <mxGeometry width="160" relative="1" as="geometry">
            <mxPoint x="70" y="450" as="sourcePoint" />
            <mxPoint x="400" y="410" as="targetPoint" />
            <Array as="points">
              <mxPoint x="70" y="420" />
              <mxPoint x="240" y="420" />
-               <mxPoint x="240" y="240" />
+               <mxPoint x="240" y="244" />
            </Array>
          </mxGeometry>
        </mxCell>
        <mxCell id="DN3gSNXj-5M0wLeot5Dc-73" value="0 .. *" style="edgeLabel;html=1;align=center;verticalAlign=middle;resizable=0;points=[];" parent="DN3gSNXj-5M0wLeot5Dc-66" vertex="1" connectable="0">
          <mxGeometry x="-0.9636" relative="1" as="geometry">
            <mxPoint x="15" y="-11" as="offset" />
          </mxGeometry>
        </mxCell>
        <mxCell id="DN3gSNXj-5M0wLeot5Dc-69" value="&lt;div&gt;&lt;span style=&quot;font-weight: 400;&quot;&gt;«interface»&lt;/span&gt;&lt;br&gt;&lt;/div&gt;NonAttenuationLight" style="swimlane;fontStyle=1;align=center;verticalAlign=top;childLayout=stackLayout;horizontal=1;startSize=40;horizontalStack=0;resizeParent=1;resizeParentMax=0;resizeLast=0;collapsible=1;marginBottom=0;whiteSpace=wrap;html=1;" parent="1" vertex="1">
          <mxGeometry x="-160" y="630" width="160" height="66" as="geometry" />
        </mxCell>
        <mxCell id="DN3gSNXj-5M0wLeot5Dc-72" value="+ get_intensity(Vec3): float" style="text;strokeColor=none;fillColor=none;align=left;verticalAlign=top;spacingLeft=4;spacingRight=4;overflow=hidden;rotatable=0;points=[[0,0.5],[1,0.5]];portConstraint=eastwest;whiteSpace=wrap;html=1;" parent="DN3gSNXj-5M0wLeot5Dc-69" vertex="1">
          <mxGeometry y="40" width="160" height="26" as="geometry" />
        </mxCell>
        <mxCell id="DN3gSNXj-5M0wLeot5Dc-74" value="Translate" style="swimlane;fontStyle=1;align=center;verticalAlign=top;childLayout=stackLayout;horizontal=1;startSize=26;horizontalStack=0;resizeParent=1;resizeParentMax=0;resizeLast=0;collapsible=1;marginBottom=0;whiteSpace=wrap;html=1;" parent="1" vertex="1">
-           <mxGeometry x="320" y="450" width="160" height="98" as="geometry" />
+           <mxGeometry x="312" y="450" width="160" height="98" as="geometry" />
        </mxCell>
        <mxCell id="DN3gSNXj-5M0wLeot5Dc-75" value="- obj: Hittable&lt;div&gt;- offset: Vec3&lt;/div&gt;" style="text;strokeColor=none;fillColor=none;align=left;verticalAlign=top;spacingLeft=4;spacingRight=4;overflow=hidden;rotatable=0;points=[[0,0.5],[1,0.5]];portConstraint=eastwest;whiteSpace=wrap;html=1;" parent="DN3gSNXj-5M0wLeot5Dc-74" vertex="1">
          <mxGeometry y="26" width="160" height="34" as="geometry" />
        </mxCell>
        <mxCell id="DN3gSNXj-5M0wLeot5Dc-76" value="" style="line;strokeWidth=1;fillColor=none;align=left;verticalAlign=middle;spacingTop=-1;spacingLeft=3;spacingRight=3;rotatable=0;labelPosition=right;points=[];portConstraint=eastwest;strokeColor=inherit;" parent="DN3gSNXj-5M0wLeot5Dc-74" vertex="1">
          <mxGeometry y="60" width="160" height="8" as="geometry" />
        </mxCell>
        <mxCell id="DN3gSNXj-5M0wLeot5Dc-77" value="+ hit(Ray3, HitRecord): bool" style="text;strokeColor=none;fillColor=none;align=left;verticalAlign=top;spacingLeft=4;spacingRight=4;overflow=hidden;rotatable=0;points=[[0,0.5],[1,0.5]];portConstraint=eastwest;whiteSpace=wrap;html=1;" parent="DN3gSNXj-5M0wLeot5Dc-74" vertex="1">
          <mxGeometry y="68" width="160" height="30" as="geometry" />
        </mxCell>
        <mxCell id="DN3gSNXj-5M0wLeot5Dc-78" value="Rotate" style="swimlane;fontStyle=1;align=center;verticalAlign=top;childLayout=stackLayout;horizontal=1;startSize=26;horizontalStack=0;resizeParent=1;resizeParentMax=0;resizeLast=0;collapsible=1;marginBottom=0;whiteSpace=wrap;html=1;" parent="1" vertex="1">
-           <mxGeometry x="320" y="570" width="160" height="118" as="geometry" />
+           <mxGeometry x="312" y="570" width="160" height="118" as="geometry" />
        </mxCell>
        <mxCell id="DN3gSNXj-5M0wLeot5Dc-79" value="- obj: Hittable&lt;div&gt;- axis: Vec3&lt;/div&gt;&lt;div&gt;- angle: float&lt;/div&gt;" style="text;strokeColor=none;fillColor=none;align=left;verticalAlign=top;spacingLeft=4;spacingRight=4;overflow=hidden;rotatable=0;points=[[0,0.5],[1,0.5]];portConstraint=eastwest;whiteSpace=wrap;html=1;" parent="DN3gSNXj-5M0wLeot5Dc-78" vertex="1">
          <mxGeometry y="26" width="160" height="54" as="geometry" />
        </mxCell>
        <mxCell id="DN3gSNXj-5M0wLeot5Dc-80" value="" style="line;strokeWidth=1;fillColor=none;align=left;verticalAlign=middle;spacingTop=-1;spacingLeft=3;spacingRight=3;rotatable=0;labelPosition=right;points=[];portConstraint=eastwest;strokeColor=inherit;" parent="DN3gSNXj-5M0wLeot5Dc-78" vertex="1">
          <mxGeometry y="80" width="160" height="8" as="geometry" />
        </mxCell>
        <mxCell id="DN3gSNXj-5M0wLeot5Dc-81" value="+ hit(Ray3, HitRecord): bool" style="text;strokeColor=none;fillColor=none;align=left;verticalAlign=top;spacingLeft=4;spacingRight=4;overflow=hidden;rotatable=0;points=[[0,0.5],[1,0.5]];portConstraint=eastwest;whiteSpace=wrap;html=1;" parent="DN3gSNXj-5M0wLeot5Dc-78" vertex="1">
          <mxGeometry y="88" width="160" height="30" as="geometry" />
        </mxCell>
        <mxCell id="DN3gSNXj-5M0wLeot5Dc-82" value="Scale" style="swimlane;fontStyle=1;align=center;verticalAlign=top;childLayout=stackLayout;horizontal=1;startSize=26;horizontalStack=0;resizeParent=1;resizeParentMax=0;resizeLast=0;collapsible=1;marginBottom=0;whiteSpace=wrap;html=1;" parent="1" vertex="1">
-           <mxGeometry x="320" y="710" width="160" height="98" as="geometry" />
+           <mxGeometry x="312" y="710" width="160" height="98" as="geometry" />
        </mxCell>
        <mxCell id="DN3gSNXj-5M0wLeot5Dc-83" value="- obj: Hittable&lt;div&gt;- factor: Vec3&lt;/div&gt;" style="text;strokeColor=none;fillColor=none;align=left;verticalAlign=top;spacingLeft=4;spacingRight=4;overflow=hidden;rotatable=0;points=[[0,0.5],[1,0.5]];portConstraint=eastwest;whiteSpace=wrap;html=1;" parent="DN3gSNXj-5M0wLeot5Dc-82" vertex="1">
          <mxGeometry y="26" width="160" height="34" as="geometry" />
        </mxCell>
        <mxCell id="DN3gSNXj-5M0wLeot5Dc-84" value="" style="line;strokeWidth=1;fillColor=none;align=left;verticalAlign=middle;spacingTop=-1;spacingLeft=3;spacingRight=3;rotatable=0;labelPosition=right;points=[];portConstraint=eastwest;strokeColor=inherit;" parent="DN3gSNXj-5M0wLeot5Dc-82" vertex="1">
          <mxGeometry y="60" width="160" height="8" as="geometry" />
        </mxCell>
        <mxCell id="DN3gSNXj-5M0wLeot5Dc-85" value="+ hit(Ray3, HitRecord): bool" style="text;strokeColor=none;fillColor=none;align=left;verticalAlign=top;spacingLeft=4;spacingRight=4;overflow=hidden;rotatable=0;points=[[0,0.5],[1,0.5]];portConstraint=eastwest;whiteSpace=wrap;html=1;" parent="DN3gSNXj-5M0wLeot5Dc-82" vertex="1">
          <mxGeometry y="68" width="160" height="30" as="geometry" />
        </mxCell>
-         <mxCell id="DN3gSNXj-5M0wLeot5Dc-92" value="RightPyramid" style="swimlane;fontStyle=1;align=center;verticalAlign=top;childLayout=stackLayout;horizontal=1;startSize=26;horizontalStack=0;resizeParent=1;resizeParentMax=0;resizeLast=0;collapsible=1;marginBottom=0;whiteSpace=wrap;html=1;" parent="1" vertex="1">
+         <mxCell id="DN3gSNXj-5M0wLeot5Dc-92" value="RightPrism" style="swimlane;fontStyle=1;align=center;verticalAlign=top;childLayout=stackLayout;horizontal=1;startSize=26;horizontalStack=0;resizeParent=1;resizeParentMax=0;resizeLast=0;collapsible=1;marginBottom=0;whiteSpace=wrap;html=1;" parent="1" vertex="1">
          <mxGeometry x="720" y="710" width="160" height="110" as="geometry" />
        </mxCell>
        <mxCell id="DN3gSNXj-5M0wLeot5Dc-93" value="- center: Vec3&lt;div&gt;- radius: float&lt;/div&gt;&lt;div&gt;- height: float&lt;/div&gt;&lt;div&gt;- order: size_t&lt;/div&gt;&lt;div&gt;- normal: Vec3&lt;/div&gt;" style="text;strokeColor=none;fillColor=none;align=left;verticalAlign=top;spacingLeft=4;spacingRight=4;overflow=hidden;rotatable=0;points=[[0,0.5],[1,0.5]];portConstraint=eastwest;whiteSpace=wrap;html=1;" parent="DN3gSNXj-5M0wLeot5Dc-92" vertex="1">
          <mxGeometry y="26" width="160" height="84" as="geometry" />
        </mxCell>
        <mxCell id="DN3gSNXj-5M0wLeot5Dc-94" value="" style="endArrow=block;dashed=1;endFill=0;endSize=12;html=1;rounded=0;exitX=0.5;exitY=1;exitDx=0;exitDy=0;entryX=0.5;entryY=0;entryDx=0;entryDy=0;" parent="1" source="DN3gSNXj-5M0wLeot5Dc-12" target="DN3gSNXj-5M0wLeot5Dc-58" edge="1">
          <mxGeometry width="160" relative="1" as="geometry">
            <mxPoint x="540" y="620" as="sourcePoint" />
            <mxPoint x="700" y="620" as="targetPoint" />
            <Array as="points">
              <mxPoint x="710" y="550" />
              <mxPoint x="590" y="550" />
            </Array>
          </mxGeometry>
        </mxCell>
        <mxCell id="DN3gSNXj-5M0wLeot5Dc-95" value="" style="endArrow=block;dashed=1;endFill=0;endSize=12;html=1;rounded=0;exitX=0.5;exitY=1;exitDx=0;exitDy=0;exitPerimeter=0;entryX=0.5;entryY=0;entryDx=0;entryDy=0;" parent="1" source="DN3gSNXj-5M0wLeot5Dc-15" target="hdlihjiLVeq3m88xXGLW-39" edge="1">
          <mxGeometry width="160" relative="1" as="geometry">
            <mxPoint x="710" y="570" as="sourcePoint" />
            <mxPoint x="700" y="620" as="targetPoint" />
            <Array as="points">
              <mxPoint x="710" y="550" />
              <mxPoint x="810" y="550" />
            </Array>
          </mxGeometry>
        </mxCell>
        <mxCell id="DN3gSNXj-5M0wLeot5Dc-96" value="" style="endArrow=block;dashed=1;endFill=0;endSize=12;html=1;rounded=0;exitX=0.5;exitY=1;exitDx=0;exitDy=0;exitPerimeter=0;entryX=0.5;entryY=0;entryDx=0;entryDy=0;" parent="1" source="DN3gSNXj-5M0wLeot5Dc-15" target="DN3gSNXj-5M0wLeot5Dc-92" edge="1">
          <mxGeometry width="160" relative="1" as="geometry">
            <mxPoint x="700" y="550" as="sourcePoint" />
            <mxPoint x="710" y="620" as="targetPoint" />
            <Array as="points">
              <mxPoint x="710" y="680" />
              <mxPoint x="800" y="680" />
            </Array>
          </mxGeometry>
        </mxCell>
        <mxCell id="DN3gSNXj-5M0wLeot5Dc-97" value="" style="endArrow=block;dashed=1;endFill=0;endSize=12;html=1;rounded=0;entryX=0.5;entryY=0;entryDx=0;entryDy=0;exitX=0.5;exitY=1.004;exitDx=0;exitDy=0;exitPerimeter=0;" parent="1" source="DN3gSNXj-5M0wLeot5Dc-15" target="DN3gSNXj-5M0wLeot5Dc-21" edge="1">
          <mxGeometry width="160" relative="1" as="geometry">
            <mxPoint x="700" y="570" as="sourcePoint" />
            <mxPoint x="740" y="670" as="targetPoint" />
            <Array as="points">
              <mxPoint x="710" y="680" />
              <mxPoint x="600" y="680" />
            </Array>
          </mxGeometry>
        </mxCell>
        <mxCell id="DN3gSNXj-5M0wLeot5Dc-98" value="" style="endArrow=block;dashed=1;endFill=0;endSize=12;html=1;rounded=0;exitX=0;exitY=0.25;exitDx=0;exitDy=0;entryX=1.003;entryY=0.181;entryDx=0;entryDy=0;entryPerimeter=0;" parent="1" source="DN3gSNXj-5M0wLeot5Dc-12" target="DN3gSNXj-5M0wLeot5Dc-75" edge="1">
          <mxGeometry width="160" relative="1" as="geometry">
            <mxPoint x="600" y="520" as="sourcePoint" />
            <mxPoint x="530" y="540" as="targetPoint" />
          </mxGeometry>
        </mxCell>
        <mxCell id="DN3gSNXj-5M0wLeot5Dc-99" value="" style="endArrow=block;dashed=1;endFill=0;endSize=12;html=1;rounded=0;exitX=0;exitY=0.25;exitDx=0;exitDy=0;entryX=1.002;entryY=0.4;entryDx=0;entryDy=0;entryPerimeter=0;" parent="1" source="DN3gSNXj-5M0wLeot5Dc-12" target="DN3gSNXj-5M0wLeot5Dc-81" edge="1">
          <mxGeometry width="160" relative="1" as="geometry">
            <mxPoint x="370" y="540" as="sourcePoint" />
            <mxPoint x="530" y="540" as="targetPoint" />
            <Array as="points">
              <mxPoint x="560" y="482" />
              <mxPoint x="560" y="520" />
              <mxPoint x="500" y="520" />
              <mxPoint x="500" y="670" />
            </Array>
          </mxGeometry>
        </mxCell>
-         <mxCell id="DN3gSNXj-5M0wLeot5Dc-100" value="" style="endArrow=block;dashed=1;endFill=0;endSize=12;html=1;rounded=0;exitX=0;exitY=0.25;exitDx=0;exitDy=0;" parent="1" source="DN3gSNXj-5M0wLeot5Dc-12" edge="1">
+         <mxCell id="DN3gSNXj-5M0wLeot5Dc-100" value="" style="endArrow=block;dashed=1;endFill=0;endSize=12;html=1;rounded=0;exitX=0;exitY=0.25;exitDx=0;exitDy=0;entryX=1.007;entryY=0.405;entryDx=0;entryDy=0;entryPerimeter=0;" parent="1" source="DN3gSNXj-5M0wLeot5Dc-12" edge="1" target="DN3gSNXj-5M0wLeot5Dc-85">
          <mxGeometry width="160" relative="1" as="geometry">
            <mxPoint x="620" y="490" as="sourcePoint" />
            <mxPoint x="481" y="790" as="targetPoint" />
            <Array as="points">
              <mxPoint x="560" y="482" />
              <mxPoint x="560" y="520" />
              <mxPoint x="500" y="520" />
              <mxPoint x="500" y="790" />
            </Array>
          </mxGeometry>
        </mxCell>
        <mxCell id="o2kf72_JrV5rihf7crLJ-3" value="RayTracingRenderer" style="html=1;whiteSpace=wrap;" parent="1" vertex="1">
          <mxGeometry x="-120" y="80" width="120" height="50" as="geometry" />
        </mxCell>
        <mxCell id="o2kf72_JrV5rihf7crLJ-4" value="" style="endArrow=block;dashed=1;endFill=0;endSize=12;html=1;rounded=0;exitX=0;exitY=0.5;exitDx=0;exitDy=0;entryX=1;entryY=0.5;entryDx=0;entryDy=0;" parent="1" source="hdlihjiLVeq3m88xXGLW-5" target="o2kf72_JrV5rihf7crLJ-3" edge="1">
          <mxGeometry width="160" relative="1" as="geometry">
            <mxPoint x="240" y="150" as="sourcePoint" />
            <mxPoint x="400" y="150" as="targetPoint" />
            <Array as="points">
              <mxPoint x="80" y="63" />
              <mxPoint x="80" y="105" />
            </Array>
          </mxGeometry>
        </mxCell>
      </root>
    </mxGraphModel>
  </diagram>
</mxfile>
